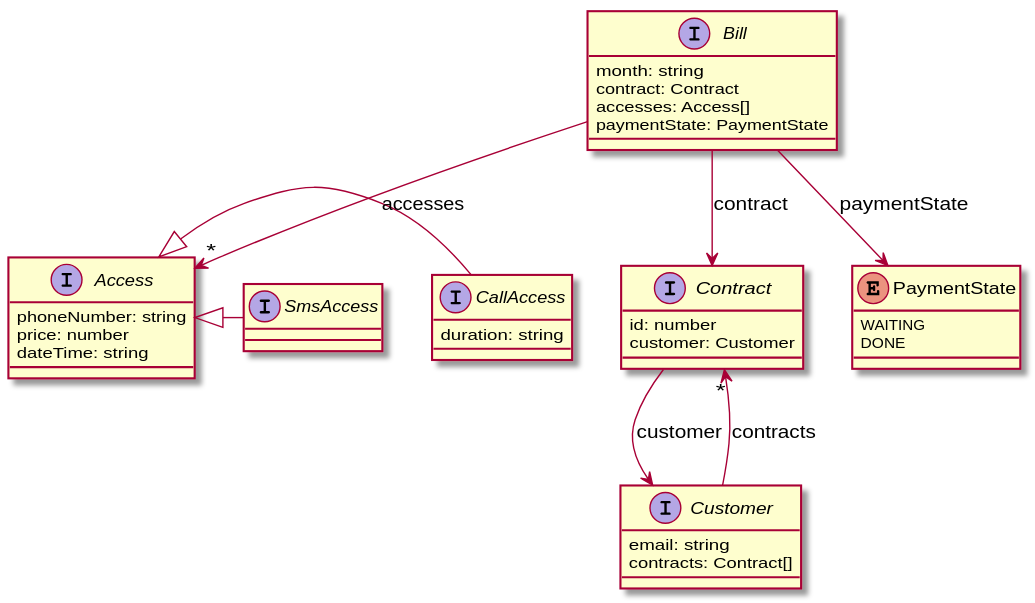
The PlantUML diagram livingdoc-typescript-plugin/docs/diagram.svg in jboz/living-documentation, before a commit.
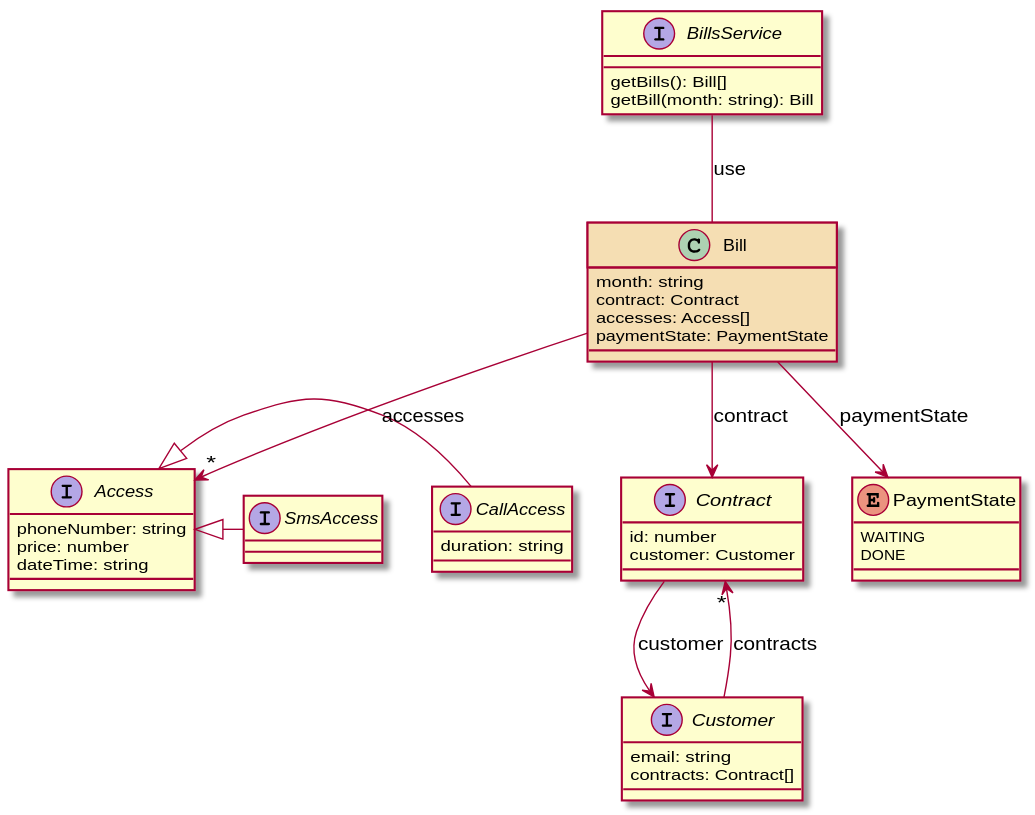
Above is the later version.

Diff of the diagram source:
```diff
@@ -5,11 +5,16 @@
   dateTime: string
 }
 
-interface Bill {
+class Bill #wheat {
   month: string
   contract: Contract
   accesses: Access[]
   paymentState: PaymentState
+}
+
+interface BillsService {
+  getBills(): Bill[]
+  getBill(month: string): Bill
 }
 
 interface CallAccess {
@@ -38,6 +43,7 @@
 Bill --> "*" Access: accesses
 Bill --> Contract: contract
 Bill --> PaymentState: paymentState
+BillsService -- Bill: use
 Contract --> Customer: customer
 Customer --> "*" Contract: contracts
 @enduml
```
